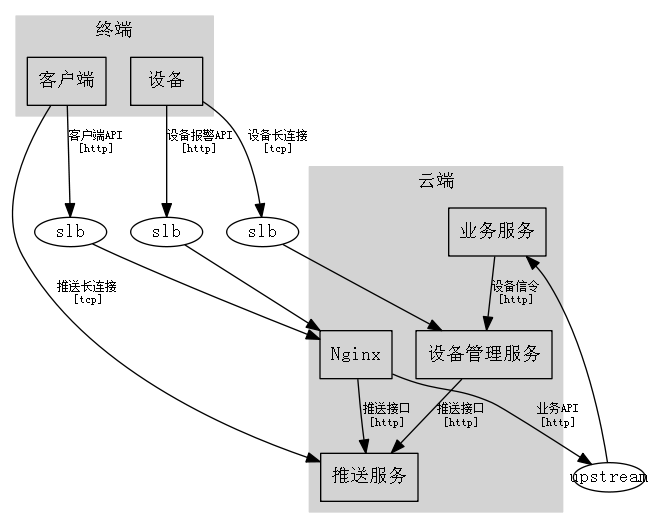
The Graphviz diagram output/main.gv.png in xphh/garch, before a commit. Its source is kept beside it as output/main.gv. Source of this version:
```dot
digraph G {
edge[fontname="simsun"];
node[fontname="simsun"];
graph[fontname="simsun"];
label = "";
subgraph cluster_main_node_0 {
style = filled;
color = lightgrey;
label = "云端";
cloud_node_0[shape=box, label="Nginx"];
cloud_node_1[shape=box, label="业务服务"];
cloud_node_2[shape=box, label="设备管理服务"];
cloud_node_3[shape=box, label="推送服务"];
}
subgraph cluster_main_node_1 {
style = filled;
color = lightgrey;
label = "终端";
endpoint_node_0[shape=box, label="客户端"];
endpoint_node_1[shape=box, label="设备"];
}
main_node_2[height=.3, fixedsize=true, label="upstream"];
main_node_2->cloud_node_1;
cloud_node_0->main_node_2[fontsize=9, label="业务API\n[http]"];
cloud_node_0->cloud_node_3[fontsize=9, label="推送接口\n[http]"];
cloud_node_1->cloud_node_2[fontsize=9, label="设备信令\n[http]"];
cloud_node_2->cloud_node_3[fontsize=9, label="推送接口\n[http]"];
endpoint_node_0->cloud_node_3[fontsize=9, label="推送长连接\n[tcp]"];
main_node_3[height=.3, fixedsize=true, label="slb"];
main_node_3->cloud_node_0;
endpoint_node_0->main_node_3[fontsize=9, label="客户端API\n[http]"];
main_node_4[height=.3, fixedsize=true, label="slb"];
main_node_4->cloud_node_2;
endpoint_node_1->main_node_4[fontsize=9, label="设备长连接\n[tcp]"];
main_node_5[height=.3, fixedsize=true, label="slb"];
main_node_5->cloud_node_0;
endpoint_node_1->main_node_5[fontsize=9, label="设备报警API\n[http]"];
}
```
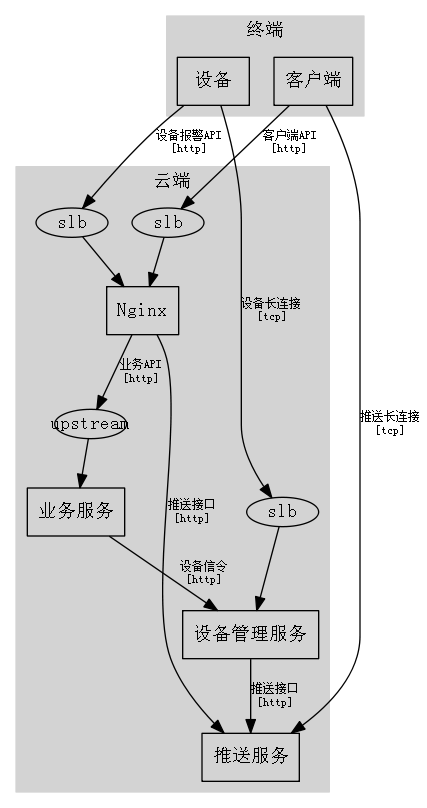
Above is the later version.

Commit message:
优化输出图形

Diff of the diagram source:
```diff
@@ -8,9 +8,17 @@
 color = lightgrey;
 label = "云端";
 cloud_node_0[shape=box, label="Nginx"];
-cloud_node_1[shape=box, label="业务服务"];
-cloud_node_2[shape=box, label="设备管理服务"];
-cloud_node_3[shape=box, label="推送服务"];
+cloud_node_1[height=.3, fixedsize=true, label="slb"];
+cloud_node_1->cloud_node_0;
+cloud_node_2[height=.3, fixedsize=true, label="slb"];
+cloud_node_2->cloud_node_0;
+cloud_node_3[shape=box, label="业务服务"];
+cloud_node_4[height=.3, fixedsize=true, label="upstream"];
+cloud_node_4->cloud_node_3;
+cloud_node_5[shape=box, label="设备管理服务"];
+cloud_node_6[height=.3, fixedsize=true, label="slb"];
+cloud_node_6->cloud_node_5;
+cloud_node_7[shape=box, label="推送服务"];
 }
 subgraph cluster_main_node_1 {
 style = filled;
@@ -19,20 +27,12 @@
 endpoint_node_0[shape=box, label="客户端"];
 endpoint_node_1[shape=box, label="设备"];
 }
-main_node_2[height=.3, fixedsize=true, label="upstream"];
-main_node_2->cloud_node_1;
-cloud_node_0->main_node_2[fontsize=9, label="业务API\n[http]"];
-cloud_node_0->cloud_node_3[fontsize=9, label="推送接口\n[http]"];
-cloud_node_1->cloud_node_2[fontsize=9, label="设备信令\n[http]"];
-cloud_node_2->cloud_node_3[fontsize=9, label="推送接口\n[http]"];
-endpoint_node_0->cloud_node_3[fontsize=9, label="推送长连接\n[tcp]"];
-main_node_3[height=.3, fixedsize=true, label="slb"];
-main_node_3->cloud_node_0;
-endpoint_node_0->main_node_3[fontsize=9, label="客户端API\n[http]"];
-main_node_4[height=.3, fixedsize=true, label="slb"];
-main_node_4->cloud_node_2;
-endpoint_node_1->main_node_4[fontsize=9, label="设备长连接\n[tcp]"];
-main_node_5[height=.3, fixedsize=true, label="slb"];
-main_node_5->cloud_node_0;
-endpoint_node_1->main_node_5[fontsize=9, label="设备报警API\n[http]"];
+cloud_node_0->cloud_node_4[fontsize=9, label="业务API\n[http]"];
+cloud_node_0->cloud_node_7[fontsize=9, label="推送接口\n[http]"];
+cloud_node_3->cloud_node_5[fontsize=9, label="设备信令\n[http]"];
+cloud_node_5->cloud_node_7[fontsize=9, label="推送接口\n[http]"];
+endpoint_node_0->cloud_node_7[fontsize=9, label="推送长连接\n[tcp]"];
+endpoint_node_0->cloud_node_1[fontsize=9, label="客户端API\n[http]"];
+endpoint_node_1->cloud_node_6[fontsize=9, label="设备长连接\n[tcp]"];
+endpoint_node_1->cloud_node_2[fontsize=9, label="设备报警API\n[http]"];
 }
```
